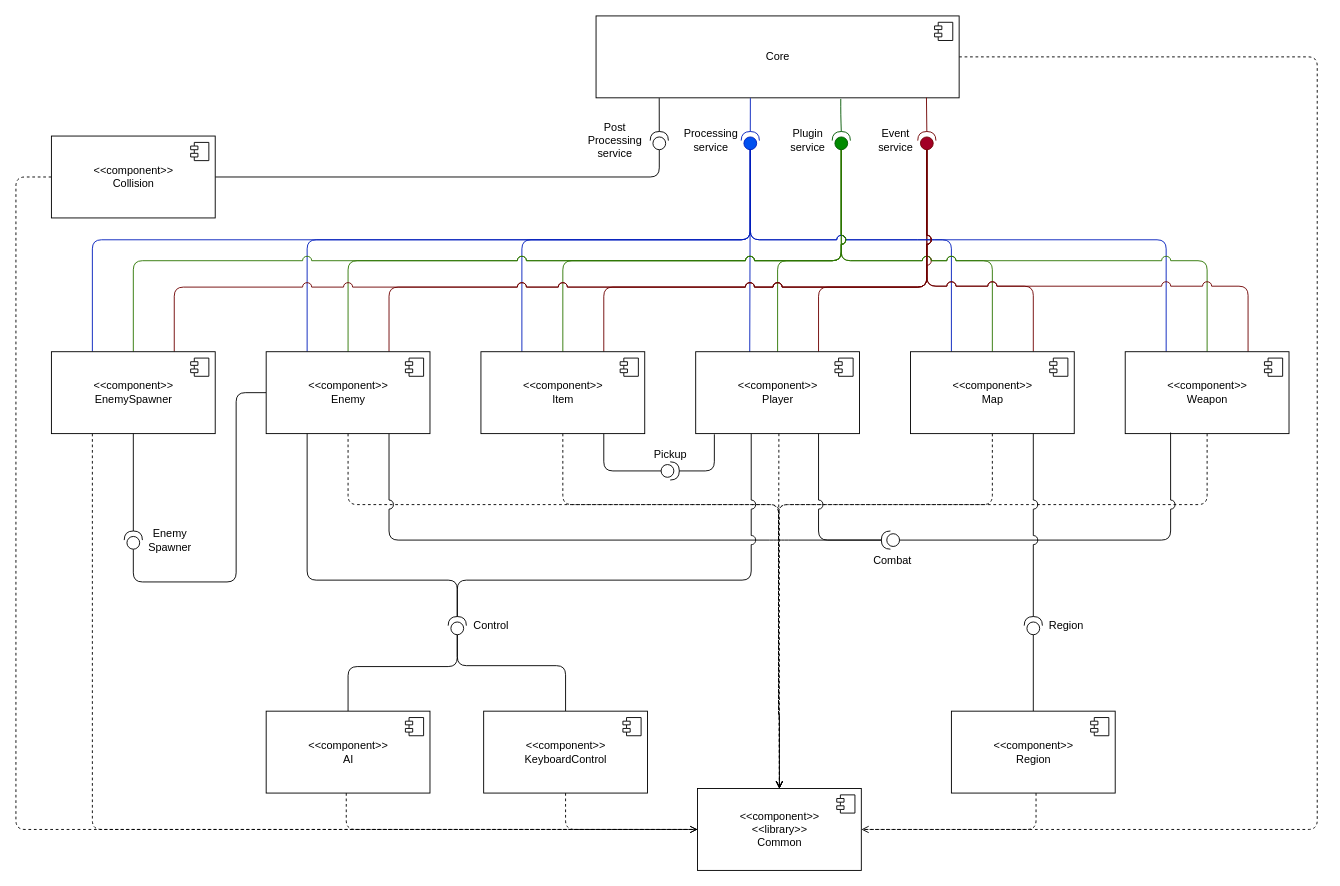
Before: docs/diagrams/components.drawio in sesem4/Nelda, a draw.io diagram. Source tidied: cells renumbered, new cells numbered last; positions are measured from the earlier drawing's top-left corner, leaving out a move shared by most shapes. Both pictures are drawn from the tidied source at 91%, with x=0, y=0 at pixel (15, 15).
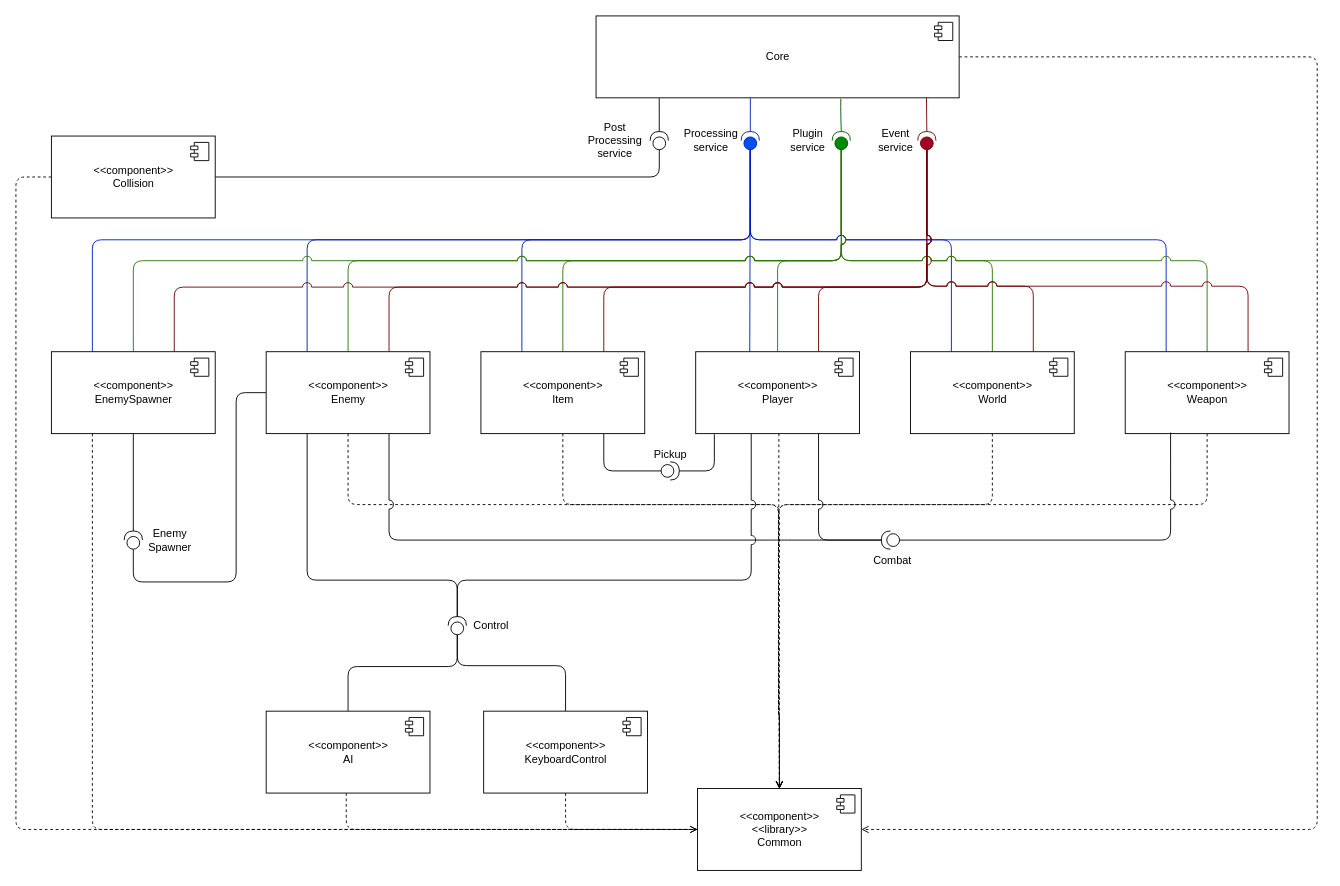
The same diagram, later.

Commit message (it also covers changes not shown here):
Removed region system, because it is handled in LibGDX

Unchanged cells that the change refers to:
```xml
<mxCell id="51" value="&amp;lt;&amp;lt;component&amp;gt;&amp;gt;&lt;br&gt;&amp;lt;&amp;lt;library&amp;gt;&amp;gt;&lt;br&gt;Common" style="html=1;" parent="1" vertex="1">
  <mxGeometry x="749" y="849" width="180" height="90" as="geometry" />
</mxCell>
```

What changed in the source:
```diff
@@
-    <mxCell id="25" value="&amp;lt;&amp;lt;component&amp;gt;&amp;gt;&lt;br&gt;Map" style="html=1;" parent="1" vertex="1">
+    <mxCell id="25" value="&amp;lt;&amp;lt;component&amp;gt;&amp;gt;&lt;br&gt;World" style="html=1;" parent="1" vertex="1">
       <mxGeometry x="983" y="369" width="180" height="90" as="geometry" />
     </mxCell>
@@
-    <mxCell id="77" style="shape=providedRequiredInterface;html=1;verticalLabelPosition=bottom;sketch=0;rotation=-90;" parent="1" vertex="1">
-      <mxGeometry x="1108" y="660" width="20" height="20" as="geometry" />
-    </mxCell>
-    <mxCell id="78" style="edgeStyle=orthogonalEdgeStyle;jumpStyle=arc;jumpSize=10;html=1;entryX=0;entryY=0.5;entryDx=0;entryDy=0;entryPerimeter=0;endArrow=none;endFill=0;" parent="1" edge="1" source="80" target="77">
-      <mxGeometry relative="1" as="geometry" />
-    </mxCell>
-    <mxCell id="79" style="edgeStyle=orthogonalEdgeStyle;jumpStyle=arc;jumpSize=10;html=1;entryX=1;entryY=0.5;entryDx=0;entryDy=0;endArrow=none;endFill=0;dashed=1;" parent="1" edge="1" source="80" target="51">
-      <mxGeometry relative="1" as="geometry">
-        <Array as="points">
-          <mxPoint x="1121" y="894" />
-        </Array>
-      </mxGeometry>
-    </mxCell>
-    <mxCell id="80" value="&amp;lt;&amp;lt;component&amp;gt;&amp;gt;&lt;br&gt;Region" style="html=1;" parent="1" vertex="1">
-      <mxGeometry x="1028" y="764" width="180" height="90" as="geometry" />
-    </mxCell>
-    <mxCell id="81" style="shape=module;jettyWidth=8;jettyHeight=4;" parent="80" vertex="1">
-      <mxGeometry x="1" width="20" height="20" relative="1" as="geometry">
-        <mxPoint x="-27" y="7" as="offset" />
-      </mxGeometry>
-    </mxCell>
-    <mxCell id="82" value="Region" style="text;html=1;strokeColor=none;fillColor=none;align=center;verticalAlign=middle;whiteSpace=wrap;rounded=0;" parent="1" vertex="1">
-      <mxGeometry x="1114" y="647" width="81" height="46" as="geometry" />
-    </mxCell>
@@
-    <mxCell id="90" style="edgeStyle=orthogonalEdgeStyle;jumpStyle=arc;jumpSize=10;html=1;entryX=0.75;entryY=1;entryDx=0;entryDy=0;endArrow=none;endFill=0;" parent="1" edge="1" source="77" target="25">
-      <mxGeometry relative="1" as="geometry" />
-    </mxCell>
```
